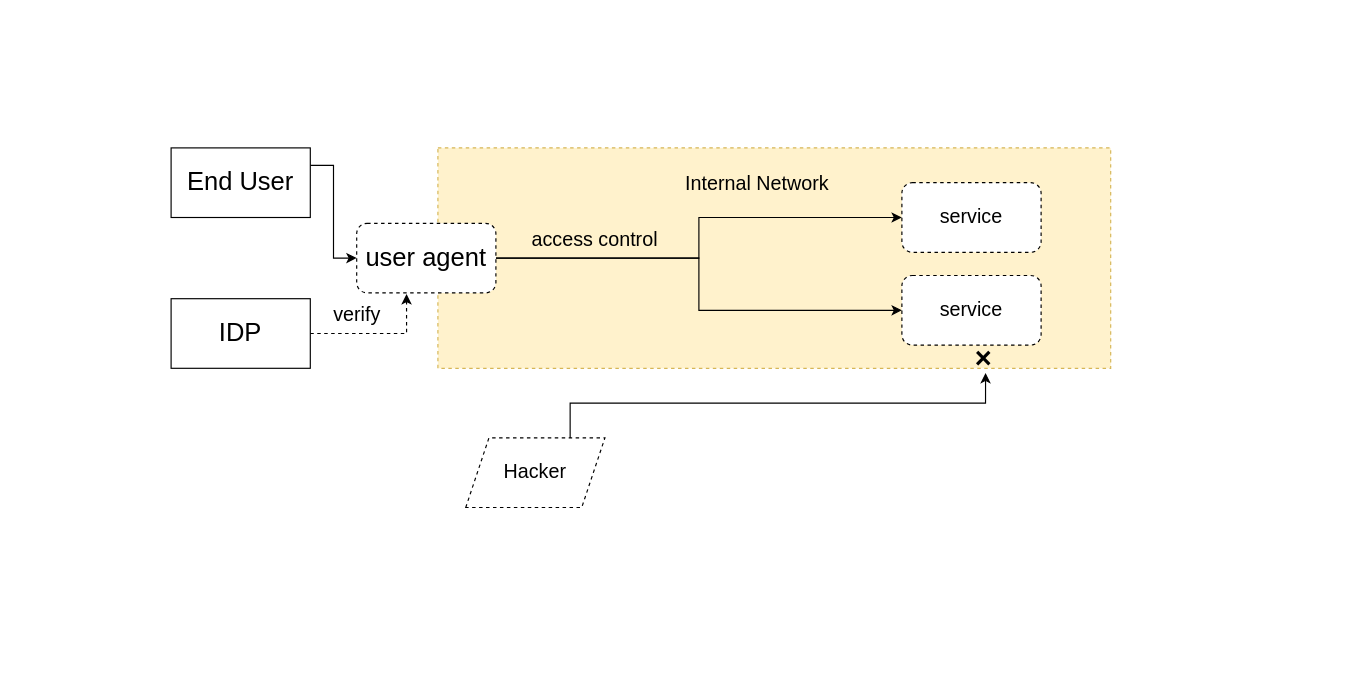
Above: testDirectory/pomerium.drawio in Moose1273/- (draw.io), before the change. Source tidied: cells renumbered, new cells numbered last; positions are measured from the earlier drawing's top-left corner, leaving out a move shared by most shapes. Both pictures are drawn from the tidied source at 116%, with x=0, y=0 at pixel (171, 147).
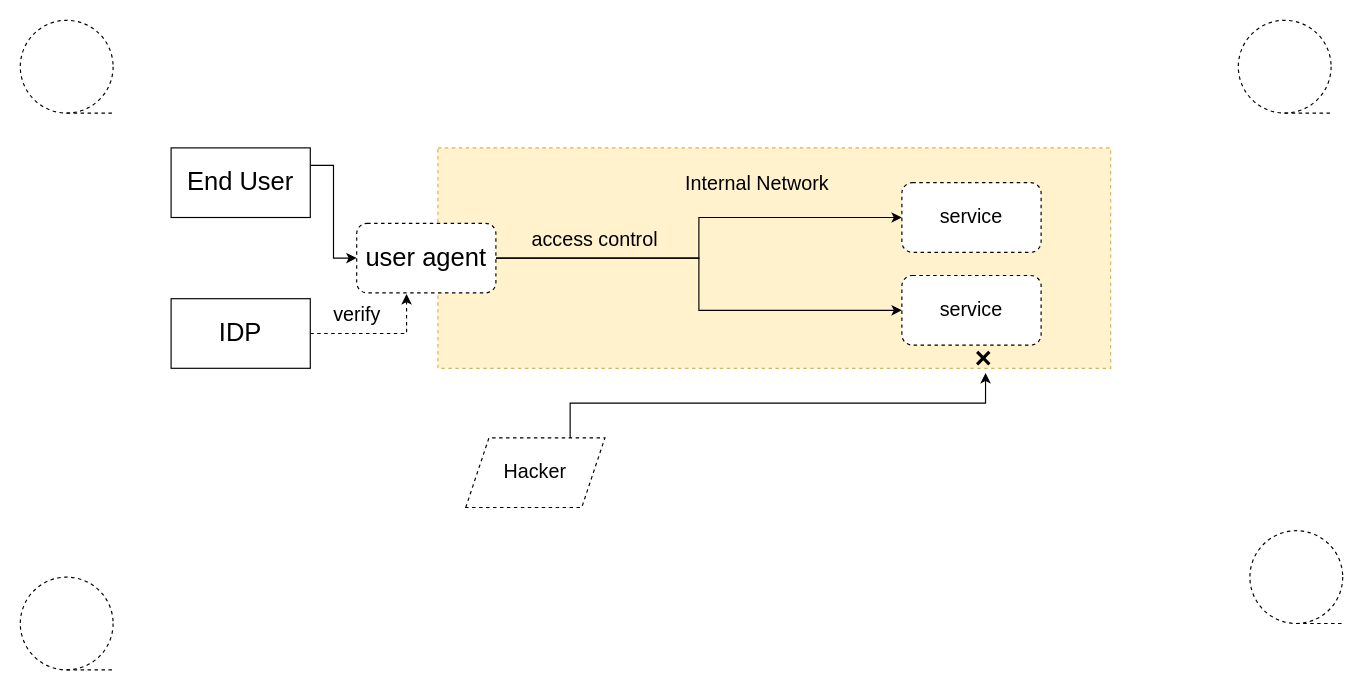
Above is the later version.

Change to the diagram source:
```diff
@@
+    <mxCell id="18" style="shape=tapeData;whiteSpace=wrap;html=1;perimeter=ellipsePerimeter;dashed=1;fontSize=25;" parent="1" vertex="1">
+      <mxGeometry x="-130" y="-110" width="80" height="80" as="geometry" />
+    </mxCell>
+    <mxCell id="19" style="shape=tapeData;whiteSpace=wrap;html=1;perimeter=ellipsePerimeter;dashed=1;fontSize=25;" parent="1" vertex="1">
+      <mxGeometry x="930" y="330" width="80" height="80" as="geometry" />
+    </mxCell>
+    <mxCell id="20" style="shape=tapeData;whiteSpace=wrap;html=1;perimeter=ellipsePerimeter;dashed=1;fontSize=25;" parent="1" vertex="1">
+      <mxGeometry x="-130" y="370" width="80" height="80" as="geometry" />
+    </mxCell>
+    <mxCell id="21" style="shape=tapeData;whiteSpace=wrap;html=1;perimeter=ellipsePerimeter;dashed=1;fontSize=25;" parent="1" vertex="1">
+      <mxGeometry x="920" y="-110" width="80" height="80" as="geometry" />
+    </mxCell>
```
